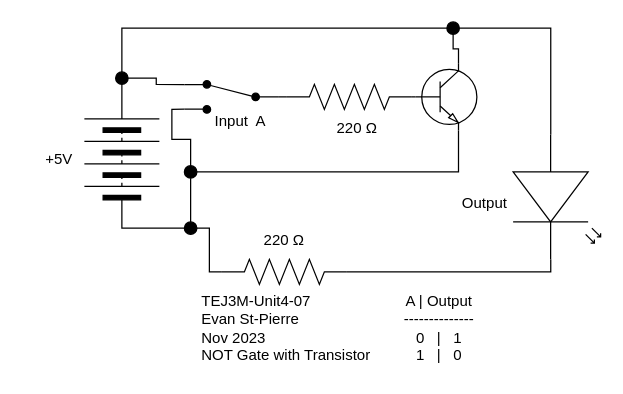
Above: Unit4-07/Unit4-07.drawio in Evan-St-Pierre/TEJ3M-Unit4 (draw.io), before the change. Source tidied: cells renumbered, new cells numbered last; positions are measured from the earlier drawing's top-left corner, leaving out a move shared by most shapes. Both pictures are drawn from the tidied source at 125%, with x=0, y=0 at pixel (21, 21).
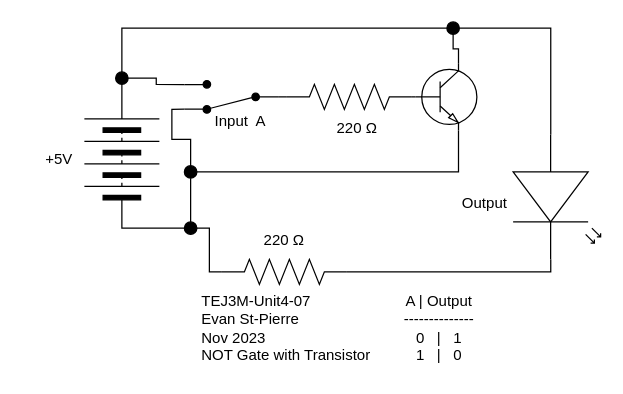
The same diagram, later.

What changed in the source:
```diff
@@
-    <mxCell id="25" style="shape=mxgraph.electrical.electro-mechanical.twoWaySwitch;elSwitchState=2;fillColor=#000000;rotation=-180;flipV=1;" parent="1" vertex="1">
+    <mxCell id="25" style="shape=mxgraph.electrical.electro-mechanical.twoWaySwitch;elSwitchState=2;fillColor=#000000;rotation=-180;flipV=0;" parent="1" vertex="1">
       <mxGeometry x="130" y="47" width="75" height="26" as="geometry" />
     </mxCell>
```
